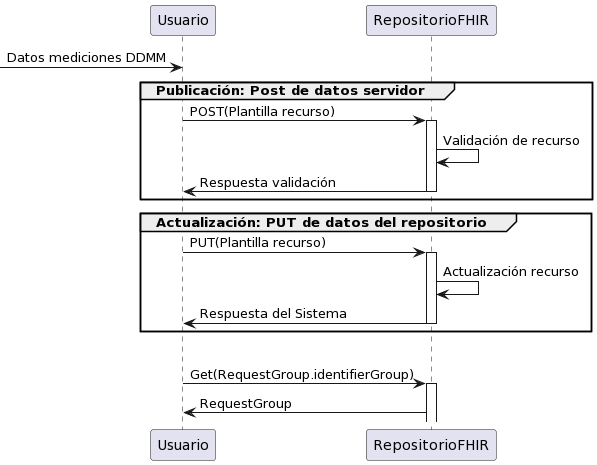
This is input/images/Diagramasec.png from NiquitoGrappler/FormatoDatosDDMM, a PlantUML export, as it was before one commit.
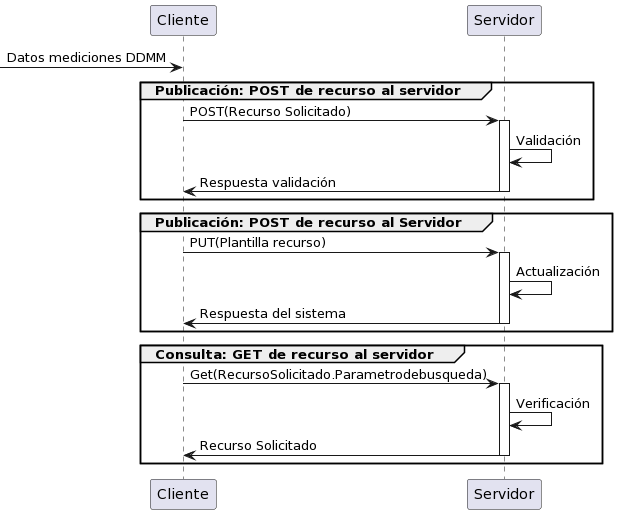
The same file after the commit.

Change to the diagram source:
```diff
@@ -1,23 +1,20 @@
 @startuml
--> Usuario : Datos mediciones DDMM
-
-group Publicación: Post de datos servidor
-
-Usuario -> RepositorioFHIR++ : POST(Plantilla recurso)
-
-RepositorioFHIR -> RepositorioFHIR : Validación de recurso
-RepositorioFHIR -> Usuario-- : Respuesta validación
+-> Cliente : Datos mediciones DDMM
+group Publicación: POST de recurso al servidor
+Cliente -> Servidor++ : POST(Recurso Solicitado)
+Servidor -> Servidor : Validación
+Servidor -> Cliente-- : Respuesta validación
 end
 
-group Actualización: PUT de datos del repositorio
-
-Usuario -> RepositorioFHIR++ : PUT(Plantilla recurso)
-
-RepositorioFHIR -> RepositorioFHIR : Actualización recurso
-RepositorioFHIR -> Usuario-- : Respuesta del Sistema
+group Publicación: POST de recurso al Servidor
+Cliente -> Servidor++ : PUT(Plantilla recurso)
+Servidor -> Servidor : Actualización
+Servidor -> Cliente-- : Respuesta del sistema
 end
 
-Group Solicitud: Get datos del Repositorio
-Usuario -> RepositorioFHIR++ : Get(RequestGroup.identifierGroup)
-Usuario <- RepositorioFHIR : RequestGroup
+group Consulta: GET de recurso al servidor
+Cliente -> Servidor++ : Get(RecursoSolicitado.Parametrodebusqueda)
+Servidor -> Servidor : Verificación
+Servidor -> Cliente-- : Recurso Solicitado
+end
 @enduml
```
